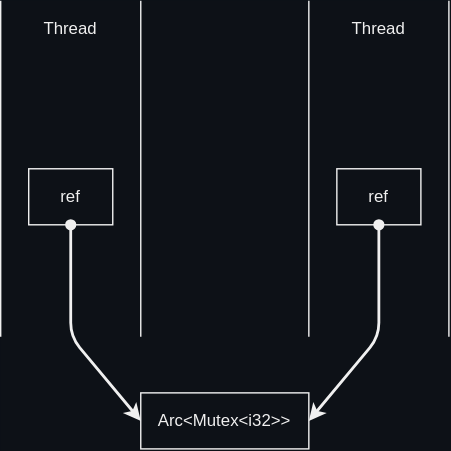
The draw.io diagram docs/rust/send_sync/images/sync.drawio.svg in htgithub194/self-study, before a commit. Source tidied: cells renumbered, new cells last; positions are measured from the earlier drawing's top-left corner, leaving out a move shared by most shapes. The source it was exported from:
```xml
<mxGraphModel background="#0D1117">
  <root>
    <mxCell id="0" />
    <mxCell id="1" parent="0" />
    <mxCell id="2" style="endArrow=none;html=1;strokeColor=#F0F0F0;" parent="1" edge="1">
      <mxGeometry relative="1" as="geometry">
        <mxPoint y="240" as="sourcePoint" />
        <mxPoint as="targetPoint" />
      </mxGeometry>
    </mxCell>
    <mxCell id="3" style="endArrow=none;html=1;strokeColor=#F0F0F0;" parent="1" edge="1">
      <mxGeometry relative="1" as="geometry">
        <mxPoint x="100" y="240" as="sourcePoint" />
        <mxPoint x="100" as="targetPoint" />
      </mxGeometry>
    </mxCell>
    <mxCell id="4" value="Thread" style="text;html=1;align=center;verticalAlign=middle;whiteSpace=wrap;rounded=0;fontColor=#F0F0F0;" parent="1" vertex="1">
      <mxGeometry width="100" height="40" as="geometry" />
    </mxCell>
    <mxCell id="5" style="endArrow=none;html=1;strokeColor=#F0F0F0;" parent="1" edge="1">
      <mxGeometry relative="1" as="geometry">
        <mxPoint x="220" y="240" as="sourcePoint" />
        <mxPoint x="220" as="targetPoint" />
      </mxGeometry>
    </mxCell>
    <mxCell id="6" style="endArrow=none;html=1;strokeColor=#F0F0F0;" parent="1" edge="1">
      <mxGeometry relative="1" as="geometry">
        <mxPoint x="320" y="240" as="sourcePoint" />
        <mxPoint x="320" as="targetPoint" />
      </mxGeometry>
    </mxCell>
    <mxCell id="7" value="Thread" style="text;html=1;align=center;verticalAlign=middle;whiteSpace=wrap;rounded=0;fontColor=#F0F0F0;" parent="1" vertex="1">
      <mxGeometry x="220" width="100" height="40" as="geometry" />
    </mxCell>
    <mxCell id="8" style="edgeStyle=none;html=1;entryX=1;entryY=0.5;entryDx=0;entryDy=0;strokeColor=#F0F0F0;strokeWidth=2;startArrow=oval;startFill=1;" parent="1" edge="1" source="9" target="12">
      <mxGeometry relative="1" as="geometry">
        <Array as="points">
          <mxPoint x="270" y="240" />
        </Array>
      </mxGeometry>
    </mxCell>
    <mxCell id="9" value="ref" style="text;html=1;align=center;verticalAlign=middle;whiteSpace=wrap;rounded=0;fontColor=#F0F0F0;strokeColor=#F0F0F0;" parent="1" vertex="1">
      <mxGeometry x="240" y="120" width="60" height="40" as="geometry" />
    </mxCell>
    <mxCell id="10" style="edgeStyle=none;html=1;entryX=0;entryY=0.5;entryDx=0;entryDy=0;strokeColor=#F0F0F0;strokeWidth=2;startArrow=oval;startFill=1;" parent="1" edge="1" source="11" target="12">
      <mxGeometry relative="1" as="geometry">
        <Array as="points">
          <mxPoint x="50" y="240" />
        </Array>
      </mxGeometry>
    </mxCell>
    <mxCell id="11" value="ref" style="text;html=1;align=center;verticalAlign=middle;whiteSpace=wrap;rounded=0;fontColor=#F0F0F0;strokeColor=#F0F0F0;" parent="1" vertex="1">
      <mxGeometry x="20" y="120" width="60" height="40" as="geometry" />
    </mxCell>
    <mxCell id="12" value="Arc&amp;lt;Mutex&amp;lt;i32&amp;gt;&amp;gt;" style="text;html=1;align=center;verticalAlign=middle;whiteSpace=wrap;rounded=0;fontColor=#F0F0F0;strokeColor=#F0F0F0;" parent="1" vertex="1">
      <mxGeometry x="100" y="280" width="120" height="40" as="geometry" />
    </mxCell>
  </root>
</mxGraphModel>
```
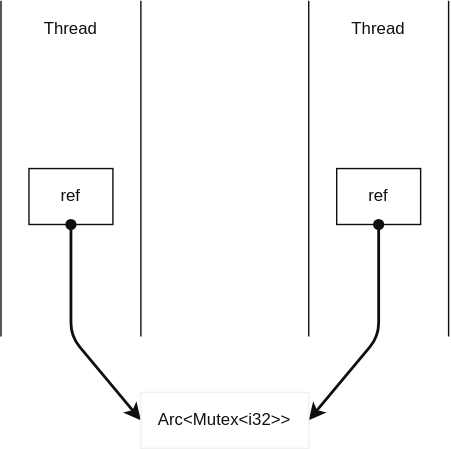
Later version of the same file.

Commit message:
update send & sync

Change to the diagram source:
```diff
@@ -1,58 +1,58 @@
-<mxGraphModel background="#0D1117">
+<mxGraphModel>
   <root>
     <mxCell id="0" />
     <mxCell id="1" parent="0" />
-    <mxCell id="2" style="endArrow=none;html=1;strokeColor=#F0F0F0;" parent="1" edge="1">
+    <mxCell id="2" style="endArrow=none;html=1;strokeColor=light-dark(#0F0F0F,#F0F0F0);fontColor=light-dark(#0F0F0F,#F0F0F0);" parent="1" edge="1">
       <mxGeometry relative="1" as="geometry">
         <mxPoint y="240" as="sourcePoint" />
         <mxPoint as="targetPoint" />
       </mxGeometry>
     </mxCell>
-    <mxCell id="3" style="endArrow=none;html=1;strokeColor=#F0F0F0;" parent="1" edge="1">
+    <mxCell id="3" style="endArrow=none;html=1;strokeColor=light-dark(#0F0F0F,#F0F0F0);fontColor=light-dark(#0F0F0F,#F0F0F0);" parent="1" edge="1">
       <mxGeometry relative="1" as="geometry">
         <mxPoint x="100" y="240" as="sourcePoint" />
         <mxPoint x="100" as="targetPoint" />
       </mxGeometry>
     </mxCell>
-    <mxCell id="4" value="Thread" style="text;html=1;align=center;verticalAlign=middle;whiteSpace=wrap;rounded=0;fontColor=#F0F0F0;" parent="1" vertex="1">
+    <mxCell id="4" value="Thread" style="text;html=1;align=center;verticalAlign=middle;whiteSpace=wrap;rounded=0;fontColor=light-dark(#0F0F0F,#F0F0F0);" parent="1" vertex="1">
       <mxGeometry width="100" height="40" as="geometry" />
     </mxCell>
-    <mxCell id="5" style="endArrow=none;html=1;strokeColor=#F0F0F0;" parent="1" edge="1">
+    <mxCell id="5" style="endArrow=none;html=1;strokeColor=light-dark(#0F0F0F,#F0F0F0);fontColor=light-dark(#0F0F0F,#F0F0F0);" parent="1" edge="1">
       <mxGeometry relative="1" as="geometry">
         <mxPoint x="220" y="240" as="sourcePoint" />
         <mxPoint x="220" as="targetPoint" />
       </mxGeometry>
     </mxCell>
-    <mxCell id="6" style="endArrow=none;html=1;strokeColor=#F0F0F0;" parent="1" edge="1">
+    <mxCell id="6" style="endArrow=none;html=1;strokeColor=light-dark(#0F0F0F,#F0F0F0);fontColor=light-dark(#0F0F0F,#F0F0F0);" parent="1" edge="1">
       <mxGeometry relative="1" as="geometry">
         <mxPoint x="320" y="240" as="sourcePoint" />
         <mxPoint x="320" as="targetPoint" />
       </mxGeometry>
     </mxCell>
-    <mxCell id="7" value="Thread" style="text;html=1;align=center;verticalAlign=middle;whiteSpace=wrap;rounded=0;fontColor=#F0F0F0;" parent="1" vertex="1">
+    <mxCell id="7" value="Thread" style="text;html=1;align=center;verticalAlign=middle;whiteSpace=wrap;rounded=0;fontColor=light-dark(#0F0F0F,#F0F0F0);" parent="1" vertex="1">
       <mxGeometry x="220" width="100" height="40" as="geometry" />
     </mxCell>
-    <mxCell id="8" style="edgeStyle=none;html=1;entryX=1;entryY=0.5;entryDx=0;entryDy=0;strokeColor=#F0F0F0;strokeWidth=2;startArrow=oval;startFill=1;" parent="1" edge="1" source="9" target="12">
+    <mxCell id="8" style="edgeStyle=none;html=1;entryX=1;entryY=0.5;entryDx=0;entryDy=0;strokeColor=light-dark(#0F0F0F,#F0F0F0);strokeWidth=2;startArrow=oval;startFill=1;fontColor=light-dark(#0F0F0F,#F0F0F0);" parent="1" edge="1" source="9" target="12">
       <mxGeometry relative="1" as="geometry">
         <Array as="points">
           <mxPoint x="270" y="240" />
         </Array>
       </mxGeometry>
     </mxCell>
-    <mxCell id="9" value="ref" style="text;html=1;align=center;verticalAlign=middle;whiteSpace=wrap;rounded=0;fontColor=#F0F0F0;strokeColor=#F0F0F0;" parent="1" vertex="1">
+    <mxCell id="9" value="ref" style="text;html=1;align=center;verticalAlign=middle;whiteSpace=wrap;rounded=0;fontColor=light-dark(#0F0F0F,#F0F0F0);strokeColor=light-dark(#0F0F0F,#F0F0F0);" parent="1" vertex="1">
       <mxGeometry x="240" y="120" width="60" height="40" as="geometry" />
     </mxCell>
-    <mxCell id="10" style="edgeStyle=none;html=1;entryX=0;entryY=0.5;entryDx=0;entryDy=0;strokeColor=#F0F0F0;strokeWidth=2;startArrow=oval;startFill=1;" parent="1" edge="1" source="11" target="12">
+    <mxCell id="10" style="edgeStyle=none;html=1;entryX=0;entryY=0.5;entryDx=0;entryDy=0;strokeColor=light-dark(#0F0F0F,#F0F0F0);strokeWidth=2;startArrow=oval;startFill=1;fontColor=light-dark(#0F0F0F,#F0F0F0);" parent="1" edge="1" source="11" target="12">
       <mxGeometry relative="1" as="geometry">
         <Array as="points">
           <mxPoint x="50" y="240" />
         </Array>
       </mxGeometry>
     </mxCell>
-    <mxCell id="11" value="ref" style="text;html=1;align=center;verticalAlign=middle;whiteSpace=wrap;rounded=0;fontColor=#F0F0F0;strokeColor=#F0F0F0;" parent="1" vertex="1">
+    <mxCell id="11" value="ref" style="text;html=1;align=center;verticalAlign=middle;whiteSpace=wrap;rounded=0;fontColor=light-dark(#0F0F0F,#F0F0F0);strokeColor=light-dark(#0F0F0F,#F0F0F0);" parent="1" vertex="1">
       <mxGeometry x="20" y="120" width="60" height="40" as="geometry" />
     </mxCell>
-    <mxCell id="12" value="Arc&amp;lt;Mutex&amp;lt;i32&amp;gt;&amp;gt;" style="text;html=1;align=center;verticalAlign=middle;whiteSpace=wrap;rounded=0;fontColor=#F0F0F0;strokeColor=#F0F0F0;" parent="1" vertex="1">
+    <mxCell id="12" value="Arc&amp;lt;Mutex&amp;lt;i32&amp;gt;&amp;gt;" style="text;html=1;align=center;verticalAlign=middle;whiteSpace=wrap;rounded=0;fontColor=light-dark(#0F0F0F,#F0F0F0);strokeColor=#F0F0F0;" parent="1" vertex="1">
       <mxGeometry x="100" y="280" width="120" height="40" as="geometry" />
     </mxCell>
   </root>
```
